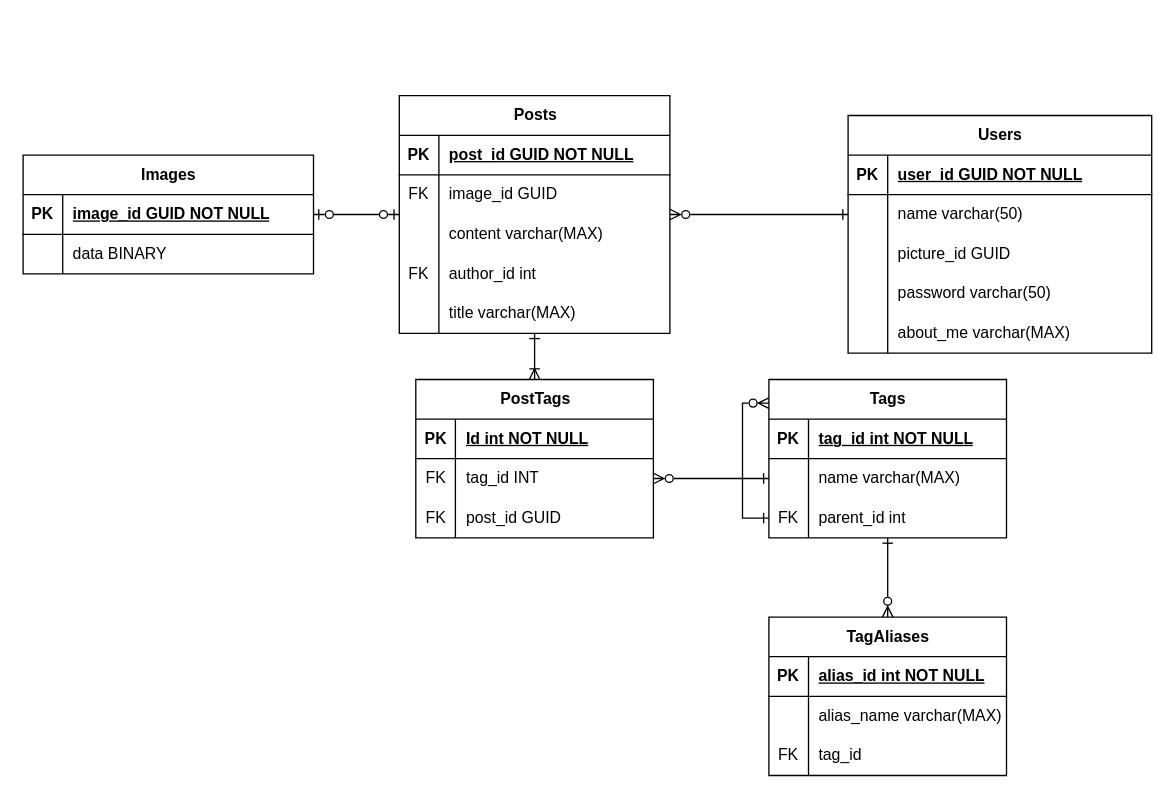
Above: cadian-archives.drawio in andero-magi/cadian-archive (draw.io), before the change. Source tidied: cells renumbered, new cells numbered last; positions are measured from the earlier drawing's top-left corner, leaving out a move shared by most shapes. Both pictures are drawn from the tidied source at 132%, with x=0, y=0 at pixel (22, 95).
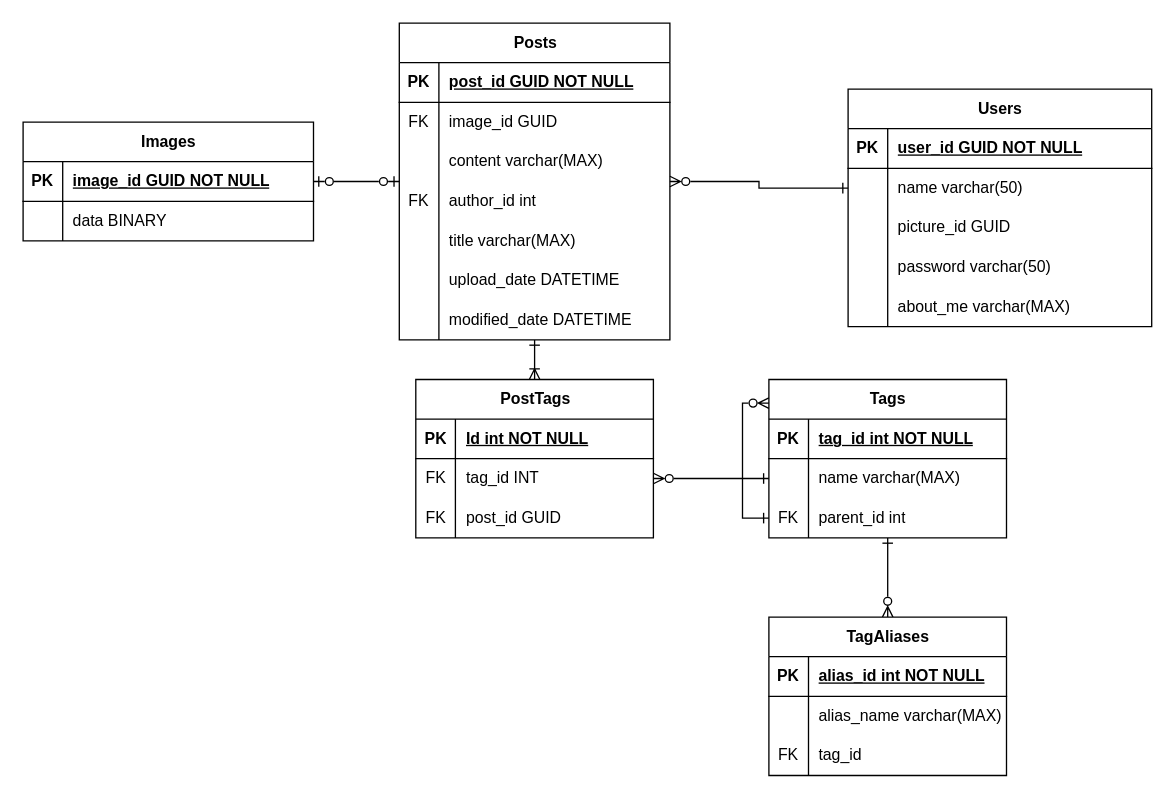
The same diagram, later.

Commit message (it also covers changes not shown here):
Update ERD to have upload_date and modified_date

The edit, as a diff of the source:
```diff
@@
     <mxCell id="3" value="Posts" style="shape=table;startSize=30;childLayout=tableLayout;rowLines=0;fontStyle=1;align=center;html=1;" parent="1" vertex="1">
-      <mxGeometry x="285" width="205" height="180" as="geometry" />
+      <mxGeometry x="285" y="-55" width="205" height="240" as="geometry" />
     </mxCell>
@@
+    <mxCell id="77" style="shape=tableRow;horizontal=0;startSize=0;swimlaneHead=0;swimlaneBody=0;fillColor=none;top=0;left=0;right=0;bottom=0;" parent="3" vertex="1">
+      <mxGeometry y="180" width="205" height="30" as="geometry" />
+    </mxCell>
+    <mxCell id="78" style="shape=partialRectangle;fillColor=none;top=0;left=0;bottom=0;right=0;overflow=hidden;whiteSpace=wrap;html=1;" parent="77" vertex="1">
+      <mxGeometry width="30" height="30" as="geometry" />
+    </mxCell>
+    <mxCell id="79" value="upload_date DATETIME" style="shape=partialRectangle;fillColor=none;top=0;left=0;bottom=0;right=0;align=left;spacingLeft=6;overflow=hidden;whiteSpace=wrap;html=1;" parent="77" vertex="1">
+      <mxGeometry x="30" width="175" height="30" as="geometry" />
+    </mxCell>
+    <mxCell id="80" style="shape=tableRow;horizontal=0;startSize=0;swimlaneHead=0;swimlaneBody=0;fillColor=none;top=0;left=0;right=0;bottom=0;" parent="3" vertex="1">
+      <mxGeometry y="210" width="205" height="30" as="geometry" />
+    </mxCell>
+    <mxCell id="81" style="shape=partialRectangle;fillColor=none;top=0;left=0;bottom=0;right=0;overflow=hidden;whiteSpace=wrap;html=1;" parent="80" vertex="1">
+      <mxGeometry width="30" height="30" as="geometry" />
+    </mxCell>
+    <mxCell id="82" value="modified_date DATETIME" style="shape=partialRectangle;fillColor=none;top=0;left=0;bottom=0;right=0;align=left;spacingLeft=6;overflow=hidden;whiteSpace=wrap;html=1;" parent="80" vertex="1">
+      <mxGeometry x="30" width="175" height="30" as="geometry" />
+    </mxCell>
@@
     <mxCell id="40" value="Users" style="shape=table;startSize=30;childLayout=tableLayout;rowLines=0;fontStyle=1;align=center;html=1;" parent="1" vertex="1">
-      <mxGeometry x="625" y="15" width="230" height="180" as="geometry" />
+      <mxGeometry x="625" y="-5" width="230" height="180" as="geometry" />
     </mxCell>
@@
     <mxCell id="70" value="Images" style="shape=table;startSize=30;childLayout=tableLayout;rowLines=0;fontStyle=1;align=center;html=1;" parent="1" vertex="1">
-      <mxGeometry y="45" width="220" height="90" as="geometry" />
+      <mxGeometry y="20" width="220" height="90" as="geometry" />
     </mxCell>
```
